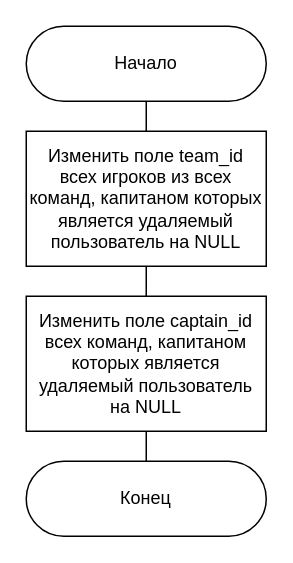
Before: NewTex/inc/tr_whenDeleteTeamCaptain.drawio in Inlucker/DataBaseCybersport, a draw.io diagram. Source tidied: cells renumbered, new cells numbered last; positions are measured from the earlier drawing's top-left corner, leaving out a move shared by most shapes. Both pictures are drawn from the tidied source at 150%, with x=0, y=0 at pixel (26, 26).
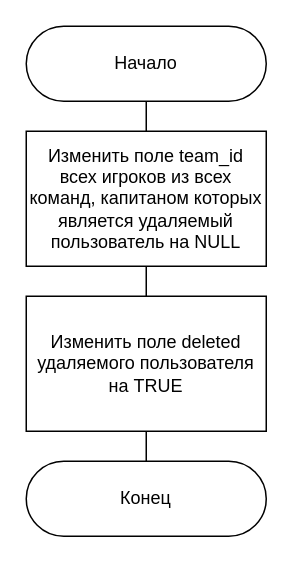
The same diagram, later.

Change to the diagram source:
```diff
@@
 <mxGraphModel>
   <root>
     <mxCell id="0" />
     <mxCell id="1" parent="0" />
     <mxCell id="2" style="edgeStyle=orthogonalEdgeStyle;rounded=0;jettySize=auto;html=1;endArrow=none;" parent="1" edge="1" source="3" target="8">
       <mxGeometry relative="1" as="geometry" />
     </mxCell>
     <mxCell id="3" value="Изменить поле team_id всех игроков из всех команд, капитаном которых является удаляемый пользователь на NULL" style="rounded=0;whiteSpace=wrap;html=1;absoluteArcSize=1;arcSize=14;strokeWidth=1;fontStyle=0;fontSize=12;fontFamily=Helvetica;" parent="1" vertex="1">
       <mxGeometry y="70" width="160" height="90" as="geometry" />
     </mxCell>
     <mxCell id="4" style="edgeStyle=orthogonalEdgeStyle;rounded=0;jettySize=auto;html=1;endArrow=none;" parent="1" edge="1" source="5" target="3">
       <mxGeometry relative="1" as="geometry" />
     </mxCell>
     <mxCell id="5" value="&lt;font style=&quot;font-size: 12px;&quot;&gt;Начало&lt;/font&gt;" style="rounded=1;whiteSpace=wrap;html=1;fontFamily=Helvetica;fontSize=12;arcSize=50;fontStyle=0;" parent="1" vertex="1">
       <mxGeometry width="160" height="50" as="geometry" />
     </mxCell>
     <mxCell id="6" value="&lt;font style=&quot;font-size: 12px;&quot;&gt;Конец&lt;/font&gt;" style="rounded=1;whiteSpace=wrap;html=1;fontFamily=Helvetica;fontSize=12;arcSize=50;fontStyle=0;" parent="1" vertex="1">
       <mxGeometry y="290" width="160" height="50" as="geometry" />
     </mxCell>
     <mxCell id="7" style="edgeStyle=orthogonalEdgeStyle;rounded=0;jettySize=auto;html=1;endArrow=none;" parent="1" edge="1" source="8" target="6">
       <mxGeometry relative="1" as="geometry" />
     </mxCell>
-    <mxCell id="8" value="Изменить поле captain_id всех команд, капитаном которых является удаляемый пользователь на NULL" style="rounded=0;whiteSpace=wrap;html=1;absoluteArcSize=1;arcSize=14;strokeWidth=1;fontStyle=0;fontSize=12;fontFamily=Helvetica;" parent="1" vertex="1">
+    <mxCell id="8" value="Изменить поле deleted удаляемого пользователя на TRUE" style="rounded=0;whiteSpace=wrap;html=1;absoluteArcSize=1;arcSize=14;strokeWidth=1;fontStyle=0;fontSize=12;fontFamily=Helvetica;" parent="1" vertex="1">
       <mxGeometry y="180" width="160" height="90" as="geometry" />
     </mxCell>
   </root>
 </mxGraphModel>
```
